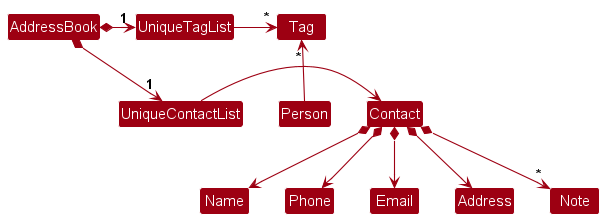
The PlantUML diagram docs/images/BetterModelClassDiagram.png in s-peiran/tp, before a commit. Its diagram source:
```plantuml
@startuml
!include style.puml
skinparam arrowThickness 1.1
skinparam arrowColor MODEL_COLOR
skinparam classBackgroundColor MODEL_COLOR

AddressBook *-right-> "1" UniqueContactList
AddressBook *-right-> "1" UniqueTagList
UniqueTagList -[hidden]down- UniqueContactList
UniqueTagList -[hidden]down- UniqueContactList

UniqueTagList -right-> "*" Tag
UniqueContactList -right-> Contact

Person -up-> "*" Tag

Contact *--> Name
Contact *--> Phone
Contact *--> Email
Contact *--> Address
Contact *--> "*" Note
@enduml
```
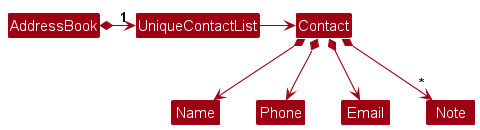
After the commit.

Diff of the diagram source:
```diff
@@ -5,18 +5,11 @@
 skinparam classBackgroundColor MODEL_COLOR
 
 AddressBook *-right-> "1" UniqueContactList
-AddressBook *-right-> "1" UniqueTagList
-UniqueTagList -[hidden]down- UniqueContactList
-UniqueTagList -[hidden]down- UniqueContactList
 
-UniqueTagList -right-> "*" Tag
 UniqueContactList -right-> Contact
-
-Person -up-> "*" Tag
 
 Contact *--> Name
 Contact *--> Phone
 Contact *--> Email
-Contact *--> Address
 Contact *--> "*" Note
 @enduml
```
